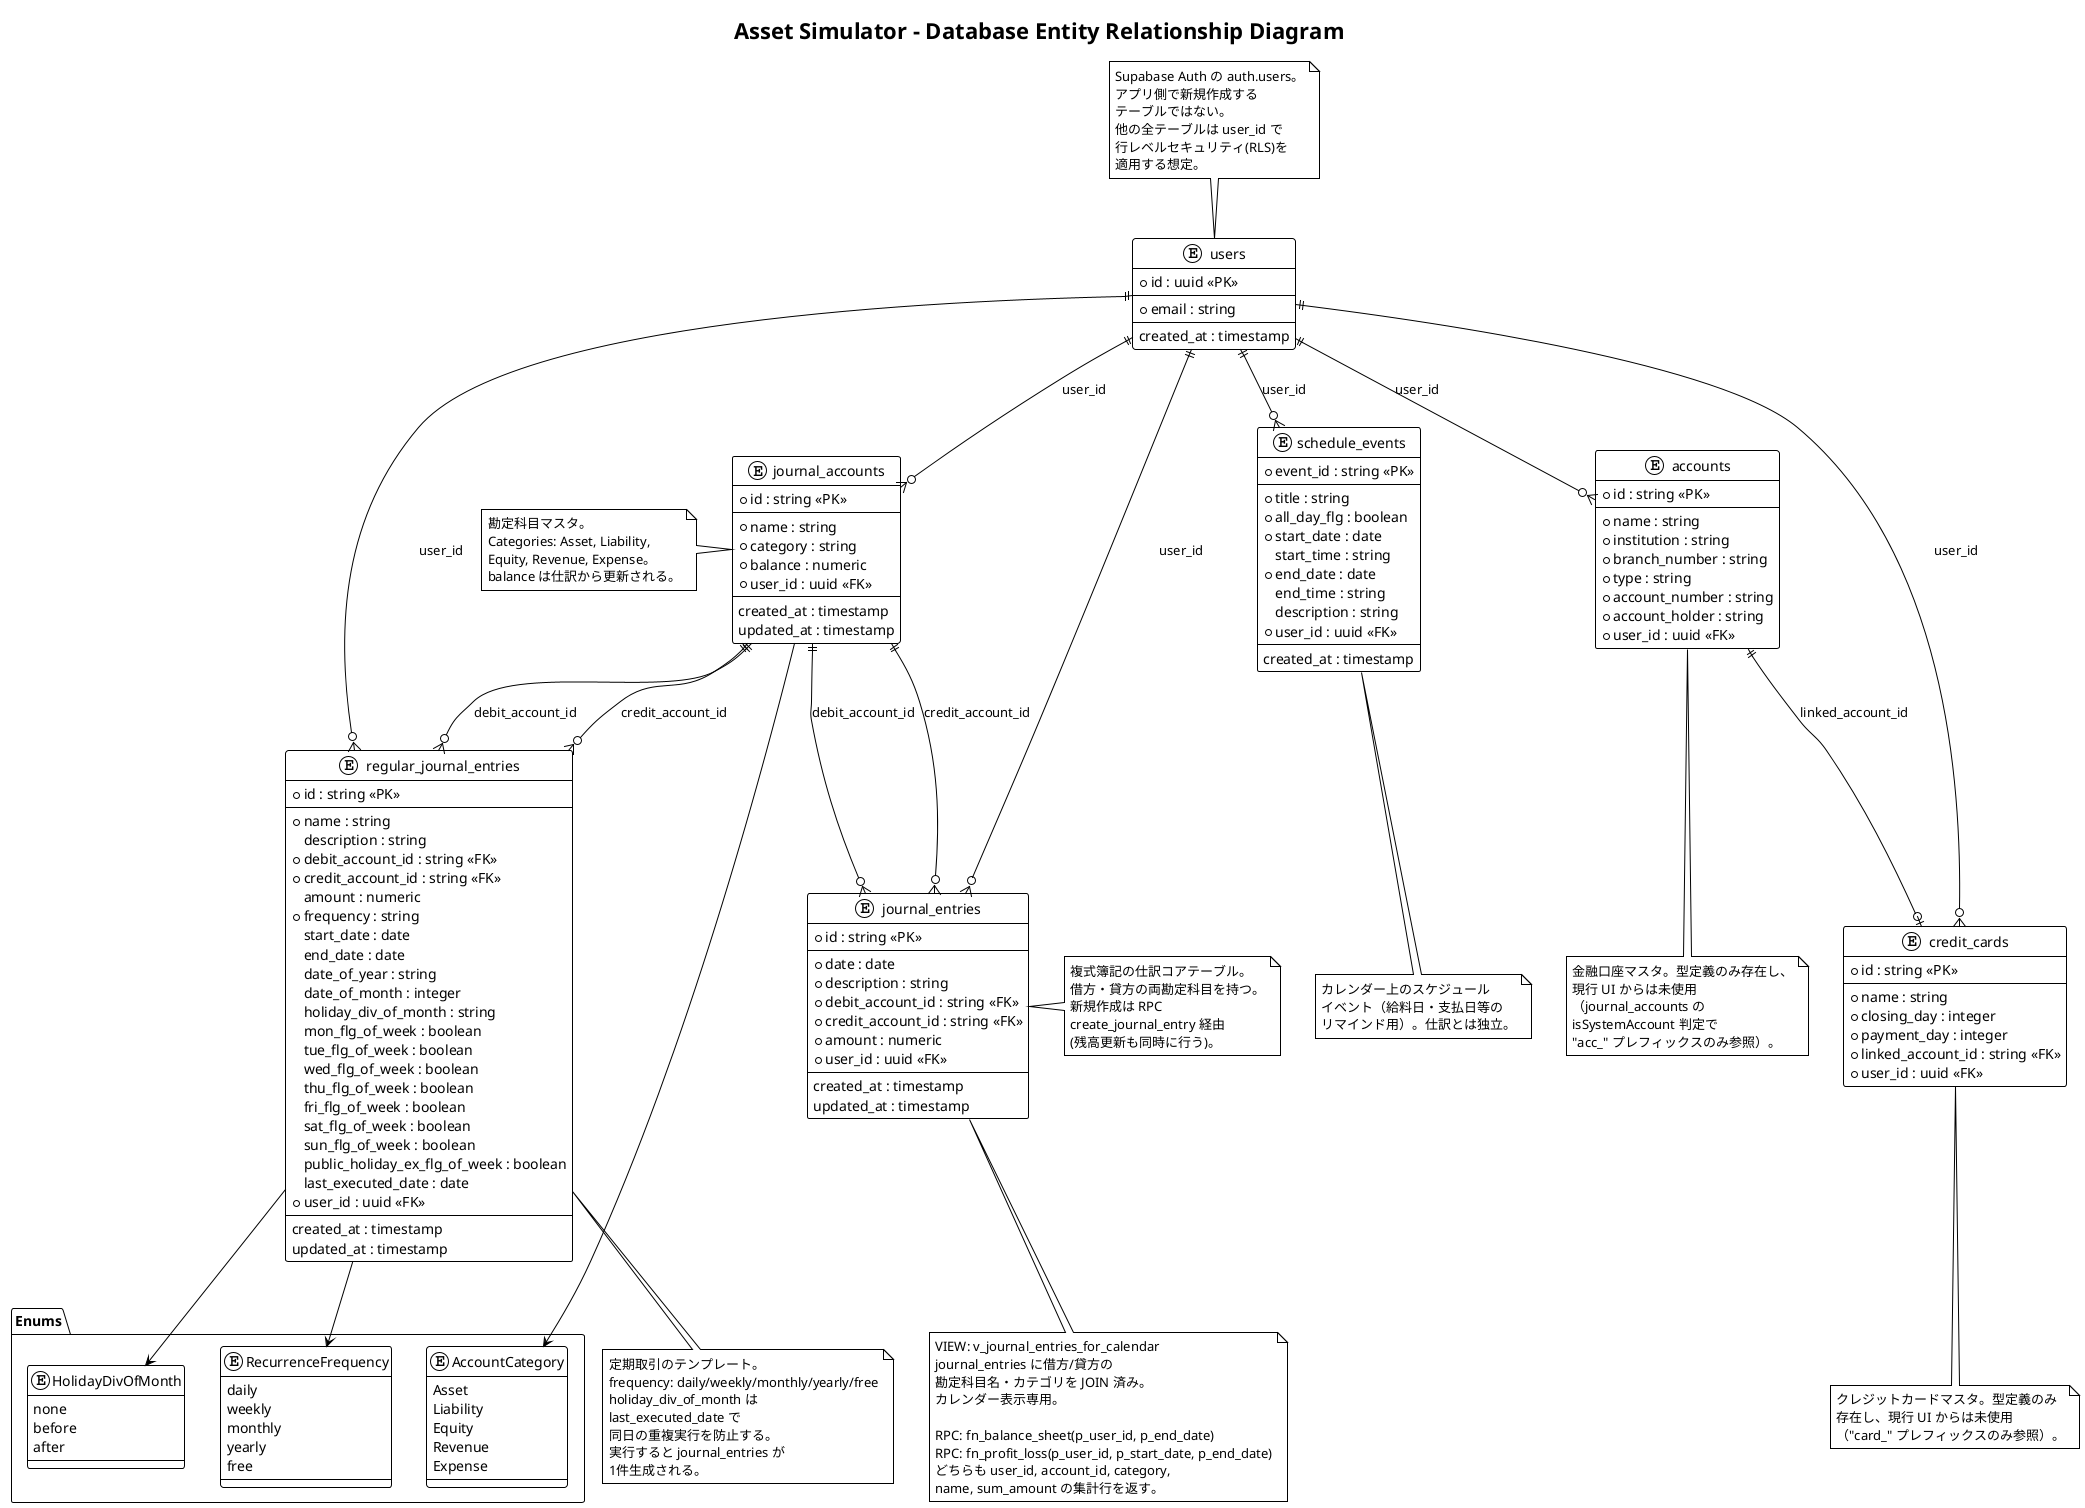
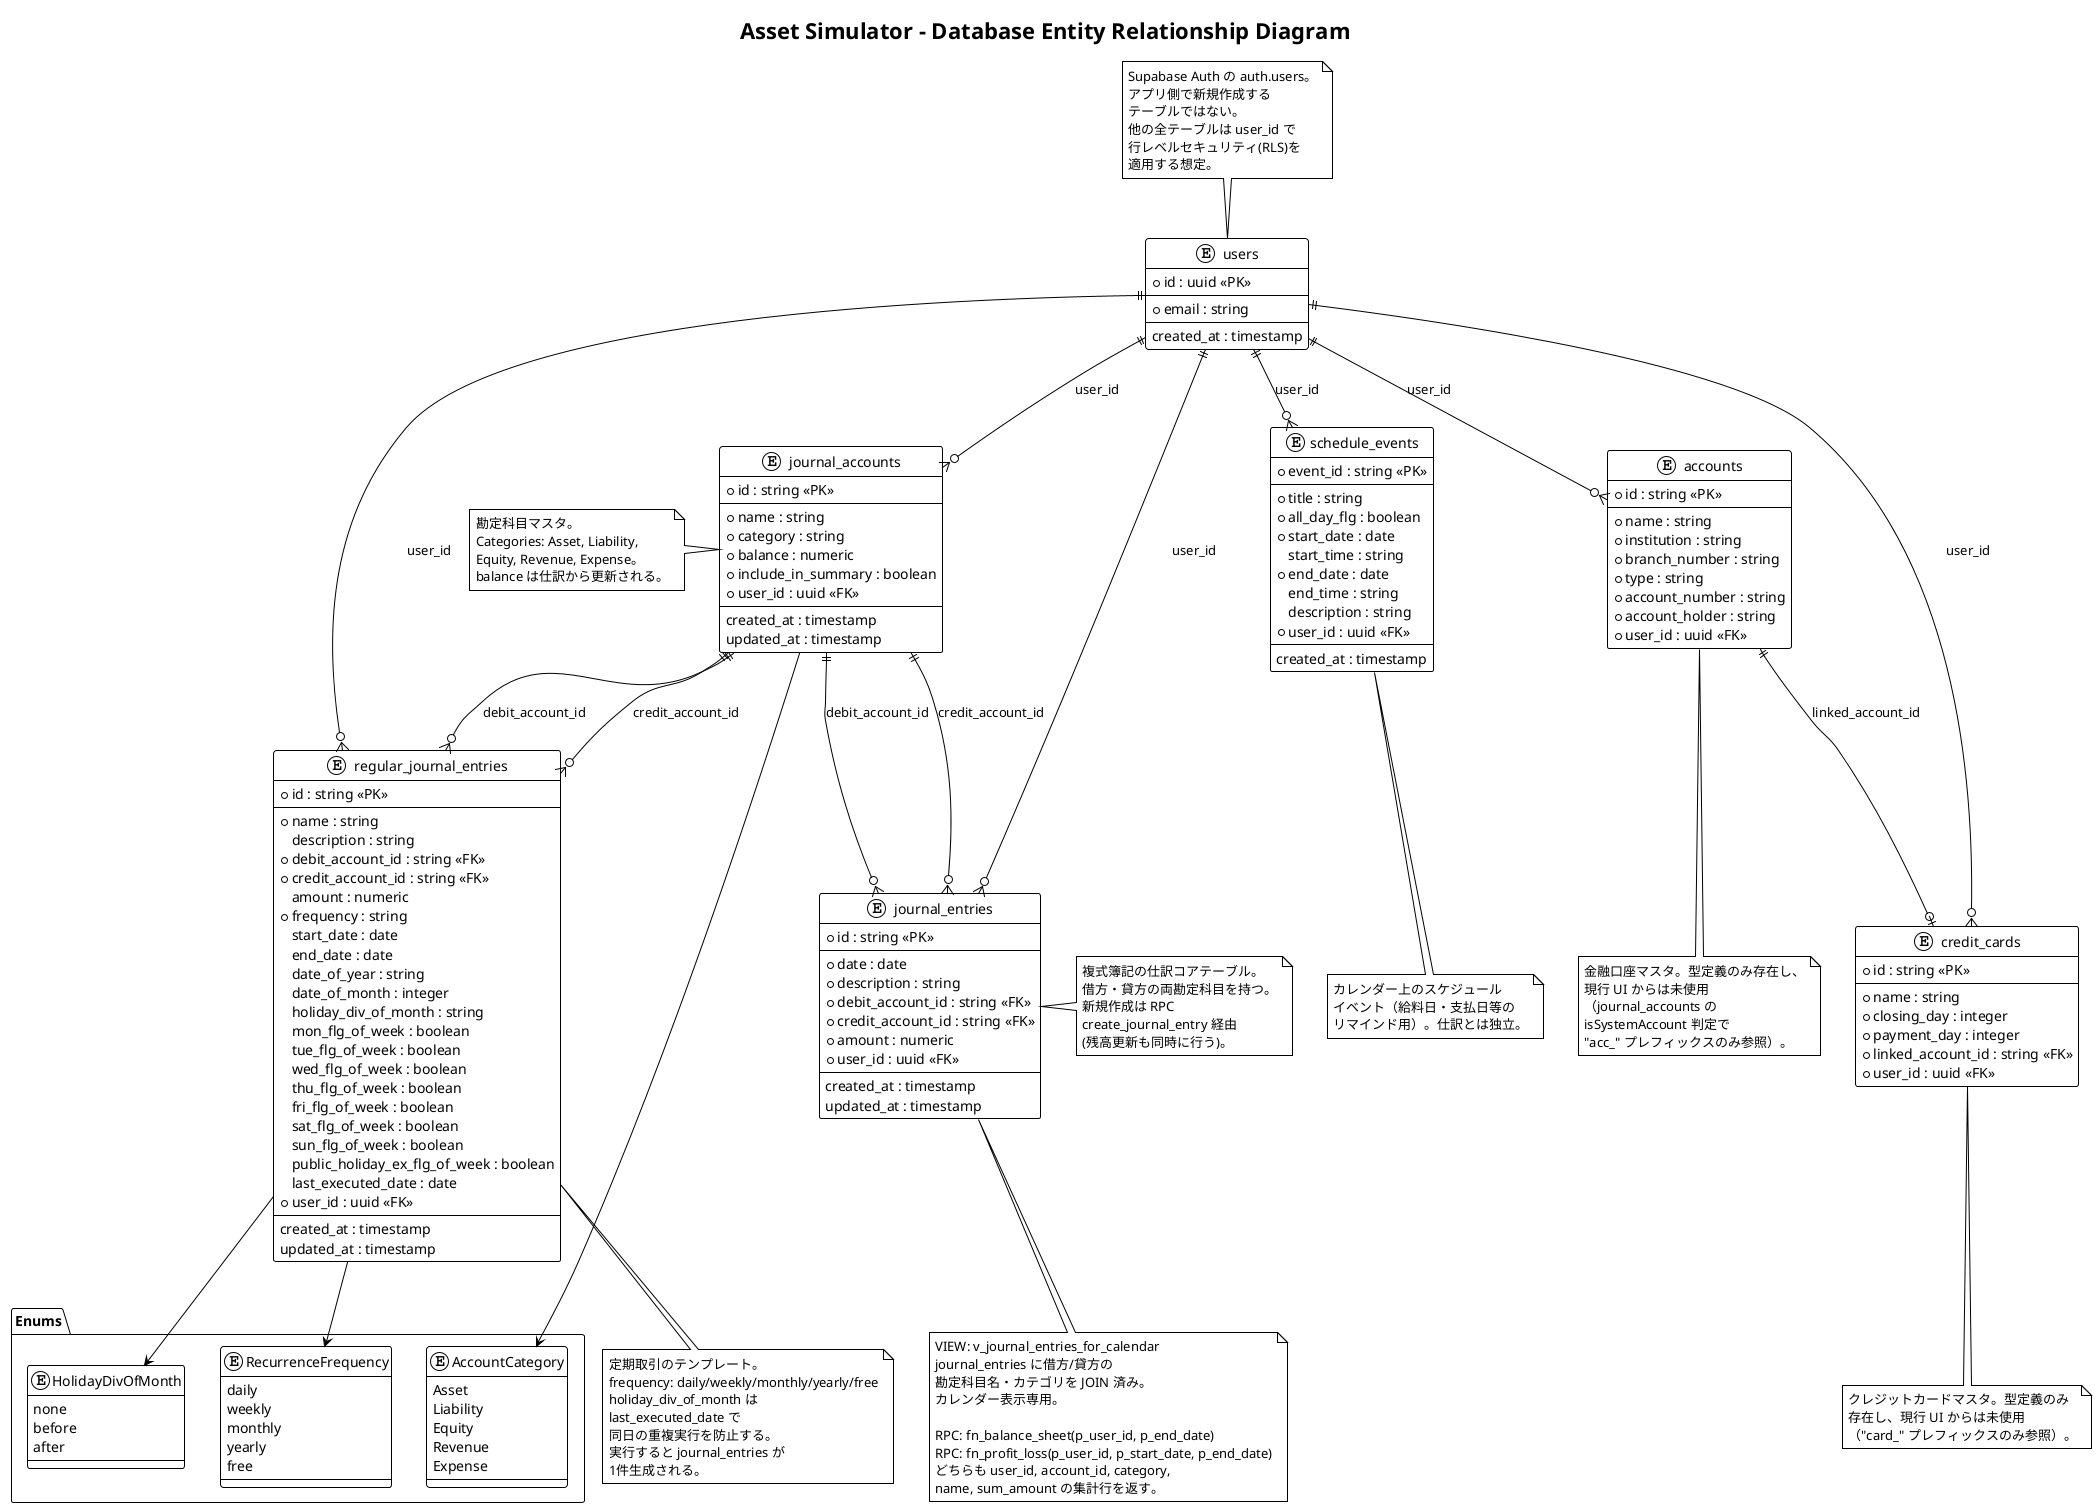
@startuml Database ER Diagram
!theme plain

title Asset Simulator - Database Entity Relationship Diagram

' --- Entities ---
entity "users" as users {
  * id : uuid <<PK>>
  --
  * email : string
  --
  created_at : timestamp
}

entity "journal_accounts" as journal_accounts {
  * id : string <<PK>>
  --
  * name : string
  * category : string
  * balance : numeric
+   * include_in_summary : boolean
  * user_id : uuid <<FK>>
  --
  created_at : timestamp
  updated_at : timestamp
}

entity "journal_entries" as journal_entries {
  * id : string <<PK>>
  --
  * date : date
  * description : string
  * debit_account_id : string <<FK>>
  * credit_account_id : string <<FK>>
  * amount : numeric
  * user_id : uuid <<FK>>
  --
  created_at : timestamp
  updated_at : timestamp
}

entity "regular_journal_entries" as regular_journal_entries {
  * id : string <<PK>>
  --
  * name : string
  description : string
  * debit_account_id : string <<FK>>
  * credit_account_id : string <<FK>>
  amount : numeric
  * frequency : string
  start_date : date
  end_date : date
  date_of_year : string
  date_of_month : integer
  holiday_div_of_month : string
  mon_flg_of_week : boolean
  tue_flg_of_week : boolean
  wed_flg_of_week : boolean
  thu_flg_of_week : boolean
  fri_flg_of_week : boolean
  sat_flg_of_week : boolean
  sun_flg_of_week : boolean
  public_holiday_ex_flg_of_week : boolean
  last_executed_date : date
  * user_id : uuid <<FK>>
  --
  created_at : timestamp
  updated_at : timestamp
}

entity "schedule_events" as schedule_events {
  * event_id : string <<PK>>
  --
  * title : string
  * all_day_flg : boolean
  * start_date : date
  start_time : string
  * end_date : date
  end_time : string
  description : string
  * user_id : uuid <<FK>>
  --
  created_at : timestamp
}

entity "accounts" as accounts {
  * id : string <<PK>>
  --
  * name : string
  * institution : string
  * branch_number : string
  * type : string
  * account_number : string
  * account_holder : string
  * user_id : uuid <<FK>>
}

entity "credit_cards" as credit_cards {
  * id : string <<PK>>
  --
  * name : string
  * closing_day : integer
  * payment_day : integer
  * linked_account_id : string <<FK>>
  * user_id : uuid <<FK>>
}

' --- Relationships ---
users ||--o{ journal_accounts : "user_id"
users ||--o{ journal_entries : "user_id"
users ||--o{ regular_journal_entries : "user_id"
users ||--o{ schedule_events : "user_id"
users ||--o{ accounts : "user_id"
users ||--o{ credit_cards : "user_id"

accounts ||--o| credit_cards : "linked_account_id"

journal_accounts ||--o{ journal_entries : "debit_account_id"
journal_accounts ||--o{ journal_entries : "credit_account_id"

journal_accounts ||--o{ regular_journal_entries : "debit_account_id"
journal_accounts ||--o{ regular_journal_entries : "credit_account_id"

' --- Notes ---
note top of users
  Supabase Auth の auth.users。
  アプリ側で新規作成する
  テーブルではない。
  他の全テーブルは user_id で
  行レベルセキュリティ(RLS)を
  適用する想定。
end note

note right of journal_entries
  複式簿記の仕訳コアテーブル。
  借方・貸方の両勘定科目を持つ。
  新規作成は RPC
  create_journal_entry 経由
  (残高更新も同時に行う)。
end note

note bottom of regular_journal_entries
  定期取引のテンプレート。
  frequency: daily/weekly/monthly/yearly/free
  holiday_div_of_month は
  'before'/'after'/'none' の文字列。
  last_executed_date で
  同日の重複実行を防止する。
  実行すると journal_entries が
  1件生成される。
end note

note left of journal_accounts
  勘定科目マスタ。
  Categories: Asset, Liability,
  Equity, Revenue, Expense。
  balance は仕訳から更新される。
end note

note bottom of schedule_events
  カレンダー上のスケジュール
  イベント（給料日・支払日等の
  リマインド用）。仕訳とは独立。
end note

note bottom of accounts
  金融口座マスタ。型定義のみ存在し、
  現行 UI からは未使用
  （journal_accounts の
  isSystemAccount 判定で
  "acc_" プレフィックスのみ参照）。
end note

note bottom of credit_cards
  クレジットカードマスタ。型定義のみ
  存在し、現行 UI からは未使用
  （"card_" プレフィックスのみ参照）。
end note

' --- Categories ---
package "Enums" {
  enum AccountCategory {
    Asset
    Liability
    Equity
    Revenue
    Expense
  }

  enum RecurrenceFrequency {
    daily
    weekly
    monthly
    yearly
    free
  }

  enum HolidayDivOfMonth {
    none
    before
    after
  }
}

journal_accounts --> AccountCategory
regular_journal_entries --> RecurrenceFrequency
regular_journal_entries --> HolidayDivOfMonth

' --- Views / RPC (documentation only, not physical tables) ---
note as ViewNote
  VIEW: v_journal_entries_for_calendar
  journal_entries に借方/貸方の
  勘定科目名・カテゴリを JOIN 済み。
  カレンダー表示専用。

  RPC: fn_balance_sheet(p_user_id, p_end_date)
  RPC: fn_profit_loss(p_user_id, p_start_date, p_end_date)
  どちらも user_id, account_id, category,
  name, sum_amount の集計行を返す。
end note

journal_entries .. ViewNote

@enduml
